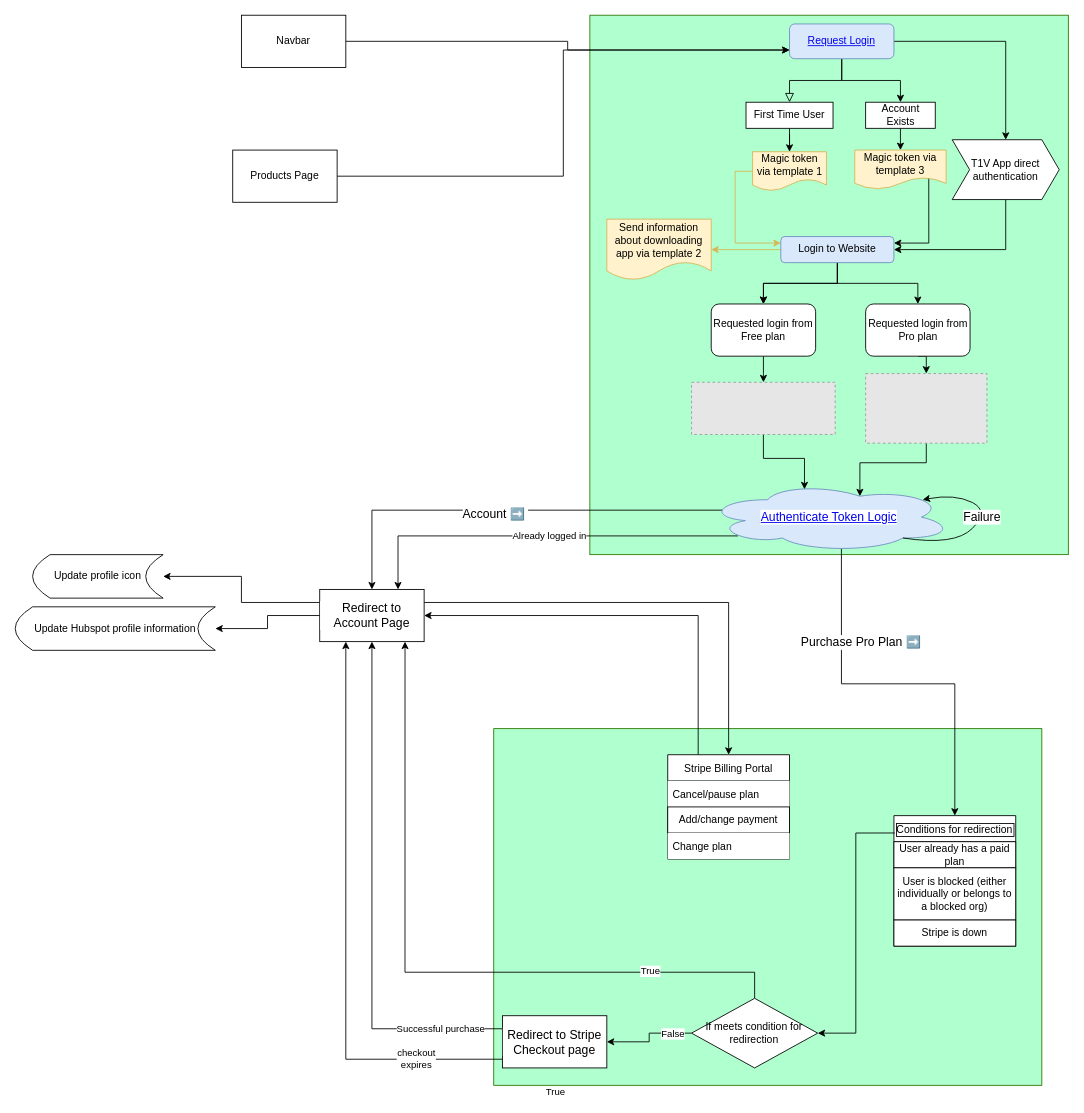
This is page "Login Flow" (1 of 3) of Untitled Diagram.drawio from pbt1v/flowcharts, a draw.io file, before an edit. Source tidied: cells renumbered, new cells numbered last; positions are measured from the earlier drawing's top-left corner, leaving out a move shared by most shapes. Both pictures are drawn from the tidied source at 87%, with x=0, y=0 at pixel (15, 15). Pictures stored in the file or linked from it are replaced by grey dashed boxes.
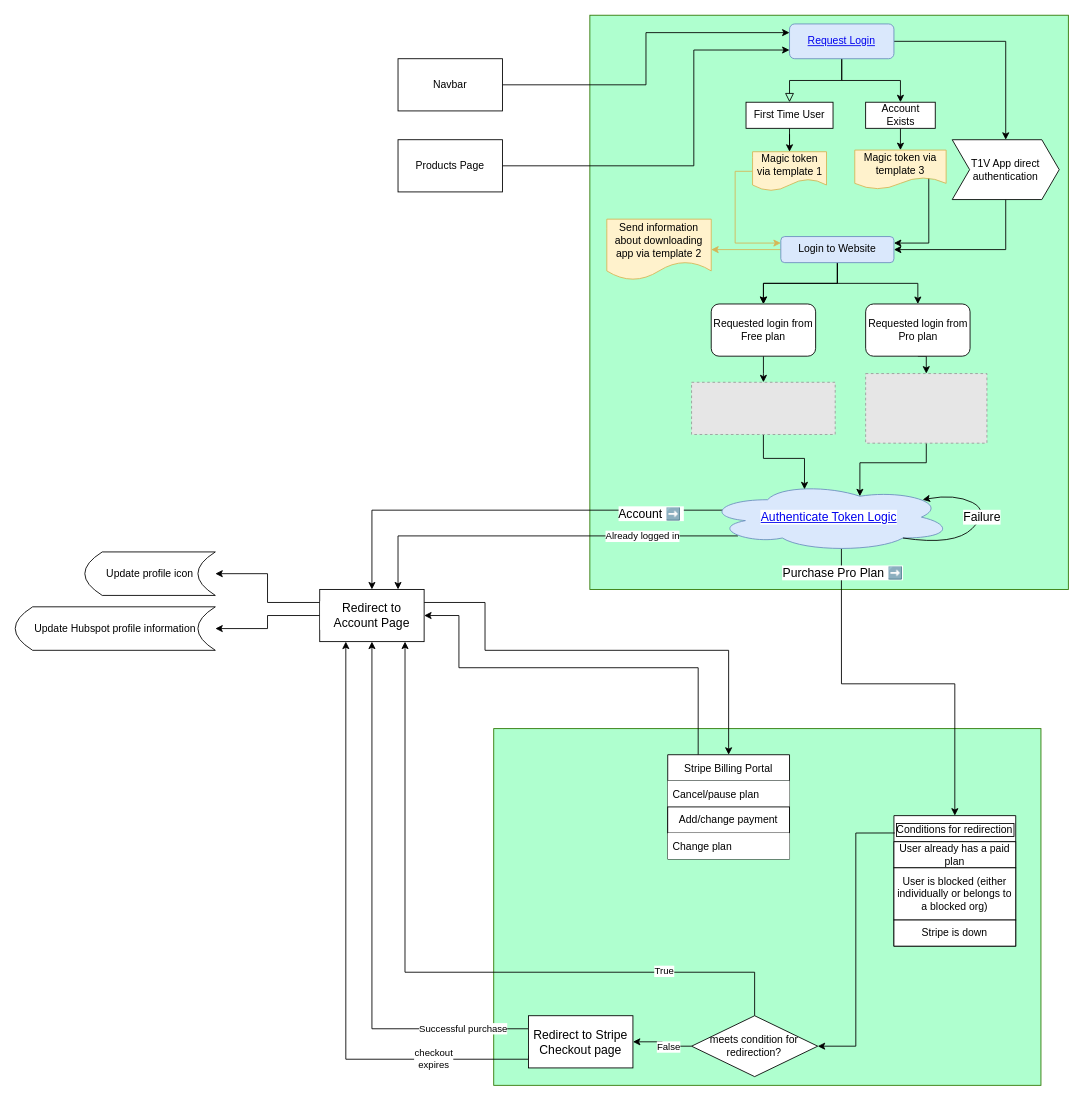
The same page after the edit.

The change refers to these unchanged cells:
```xml
<mxCell id="7" value="&lt;a href=&quot;data:page/id,41-cwJReHn9E8La9h7f7&quot;&gt;Request Login&lt;/a&gt;" style="rounded=1;whiteSpace=wrap;html=1;fontSize=12;glass=0;strokeWidth=1;shadow=0;fillColor=#dae8fc;strokeColor=#6c8ebf;" parent="1" vertex="1">
  <mxGeometry x="890" y="10" width="120" height="40" as="geometry" />
</mxCell>
<mxCell id="28" style="edgeStyle=orthogonalEdgeStyle;rounded=0;jettySize=auto;html=1;fontSize=14;fontColor=#000000;exitX=0.07;exitY=0.4;exitDx=0;exitDy=0;exitPerimeter=0;" parent="1" edge="1" source="34" target="47">
  <mxGeometry relative="1" as="geometry" />
</mxCell>
<mxCell id="30" style="edgeStyle=orthogonalEdgeStyle;rounded=0;jettySize=auto;html=1;exitX=0.13;exitY=0.77;exitDx=0;exitDy=0;exitPerimeter=0;entryX=0.75;entryY=0;entryDx=0;entryDy=0;" parent="1" edge="1" source="34" target="47">
  <mxGeometry relative="1" as="geometry">
    <Array as="points">
      <mxPoint x="440" y="599" />
    </Array>
  </mxGeometry>
</mxCell>
<mxCell id="32" style="edgeStyle=orthogonalEdgeStyle;rounded=0;jettySize=auto;html=1;exitX=0.55;exitY=0.95;exitDx=0;exitDy=0;exitPerimeter=0;entryX=0.5;entryY=0;entryDx=0;entryDy=0;" parent="1" edge="1" source="34" target="56">
  <mxGeometry relative="1" as="geometry" />
</mxCell>
<mxCell id="47" value="Redirect to Account Page" style="whiteSpace=wrap;html=1;fontSize=14;fontColor=#000000;labelBackgroundColor=#FFFFFF;" parent="1" vertex="1">
  <mxGeometry x="350" y="660" width="120" height="60" as="geometry" />
</mxCell>
<mxCell id="60" style="edgeStyle=orthogonalEdgeStyle;rounded=0;jettySize=auto;html=1;exitX=0.5;exitY=0;exitDx=0;exitDy=0;entryX=0.817;entryY=1;entryDx=0;entryDy=0;entryPerimeter=0;" parent="1" edge="1" source="65" target="47">
  <mxGeometry relative="1" as="geometry">
    <Array as="points">
      <mxPoint x="850" y="1100" />
      <mxPoint x="448" y="1100" />
    </Array>
  </mxGeometry>
</mxCell>
<mxCell id="63" style="edgeStyle=orthogonalEdgeStyle;rounded=0;jettySize=auto;html=1;exitX=0;exitY=0.5;exitDx=0;exitDy=0;entryX=1;entryY=0.5;entryDx=0;entryDy=0;" parent="1" edge="1" source="65" target="51">
  <mxGeometry relative="1" as="geometry" />
</mxCell>
<mxCell id="70" value="Stripe Billing Portal" style="swimlane;fontStyle=0;horizontal=1;startSize=30;labelBorderColor=none;strokeColor=default;strokeWidth=1;fillColor=default;" parent="1" vertex="1">
  <mxGeometry x="750" y="850" width="140" height="120" as="geometry" />
</mxCell>
```

The edit, as a diff of the source:
```diff
@@
     <mxCell id="2" style="rounded=0;whiteSpace=wrap;html=1;fillColor=#00FF6650;strokeColor=#2D7600;fontColor=#ffffff;" parent="1" vertex="1">
-      <mxGeometry x="550" y="820" width="630" height="410" as="geometry" />
+      <mxGeometry x="550" y="820" width="629" height="410" as="geometry" />
     </mxCell>
     <mxCell id="3" style="rounded=0;whiteSpace=wrap;html=1;fillColor=#00FF6650;strokeColor=#2D7600;fontColor=#ffffff;" parent="1" vertex="1">
-      <mxGeometry x="660.5" width="550" height="620" as="geometry" />
+      <mxGeometry x="660.5" width="550" height="660" as="geometry" />
     </mxCell>
@@
     <mxCell id="29" value="Account ➡️&amp;nbsp;" style="edgeLabel;html=1;align=center;verticalAlign=middle;fontSize=14;fontColor=#000000;" parent="28" vertex="1">
       <mxGeometry x="0.66" y="3" relative="1" as="geometry">
-        <mxPoint x="138" y="-4" as="offset" />
+        <mxPoint x="317" y="-4" as="offset" />
       </mxGeometry>
     </mxCell>
@@
     <mxCell id="31" value="Already logged in" style="edgeLabel;html=1;align=center;verticalAlign=middle;" parent="30" vertex="1">
       <mxGeometry x="-0.39" y="-1" relative="1" as="geometry">
-        <mxPoint x="-79" y="1" as="offset" />
+        <mxPoint x="28" y="1" as="offset" />
       </mxGeometry>
     </mxCell>
@@
     <mxCell id="33" value="&lt;span style=&quot;font-size: 14px&quot;&gt;Purchase Pro Plan ➡️&lt;/span&gt;" style="edgeLabel;html=1;align=center;verticalAlign=middle;" parent="32" vertex="1">
       <mxGeometry x="0.16" y="2" relative="1" as="geometry">
-        <mxPoint x="-77" y="-46" as="offset" />
+        <mxPoint x="-98" y="-126" as="offset" />
       </mxGeometry>
     </mxCell>
@@
     <mxCell id="45" style="edgeStyle=orthogonalEdgeStyle;rounded=0;jettySize=auto;html=1;exitX=0;exitY=0.25;exitDx=0;exitDy=0;entryX=1;entryY=0.5;entryDx=0;entryDy=0;" parent="1" edge="1" source="47" target="68">
-      <mxGeometry relative="1" as="geometry" />
+      <mxGeometry relative="1" as="geometry">
+        <Array as="points">
+          <mxPoint x="290" y="675" />
+          <mxPoint x="290" y="642" />
+        </Array>
+      </mxGeometry>
     </mxCell>
     <mxCell id="46" style="edgeStyle=orthogonalEdgeStyle;rounded=0;jettySize=auto;html=1;exitX=1;exitY=0.25;exitDx=0;exitDy=0;entryX=0.5;entryY=0;entryDx=0;entryDy=0;" parent="1" edge="1" source="47" target="70">
-      <mxGeometry relative="1" as="geometry" />
+      <mxGeometry relative="1" as="geometry">
+        <Array as="points">
+          <mxPoint x="540" y="675" />
+          <mxPoint x="540" y="730" />
+          <mxPoint x="820" y="730" />
+        </Array>
+      </mxGeometry>
     </mxCell>
@@
-    <mxCell id="49" style="edgeStyle=orthogonalEdgeStyle;rounded=0;jettySize=auto;html=1;entryX=0.25;entryY=1;entryDx=0;entryDy=0;" parent="1" edge="1" target="47">
+    <mxCell id="49" style="edgeStyle=orthogonalEdgeStyle;rounded=0;jettySize=auto;html=1;entryX=0.25;entryY=1;entryDx=0;entryDy=0;exitX=0;exitY=0.75;exitDx=0;exitDy=0;" parent="1" edge="1" source="51" target="47">
       <mxGeometry relative="1" as="geometry">
-        <mxPoint x="560" y="1200" as="sourcePoint" />
         <Array as="points">
+          <mxPoint x="590" y="1200" />
           <mxPoint x="380" y="1200" />
         </Array>
       </mxGeometry>
     </mxCell>
     <mxCell id="50" value="checkout&lt;br&gt;expires" style="edgeLabel;html=1;align=center;verticalAlign=middle;" parent="49" vertex="1">
       <mxGeometry x="0.18" y="1" relative="1" as="geometry">
-        <mxPoint x="81" y="208" as="offset" />
+        <mxPoint x="101" y="194" as="offset" />
       </mxGeometry>
     </mxCell>
     <mxCell id="51" value="Redirect to Stripe Checkout page" style="whiteSpace=wrap;html=1;fontSize=14;fontColor=#000000;labelBackgroundColor=#FFFFFF;" parent="1" vertex="1">
-      <mxGeometry x="560" y="1150" width="120" height="60" as="geometry" />
+      <mxGeometry x="590" y="1150" width="120" height="60" as="geometry" />
     </mxCell>
     <mxCell id="52" style="edgeStyle=orthogonalEdgeStyle;rounded=0;jettySize=auto;html=1;exitX=1;exitY=0.5;exitDx=0;exitDy=0;entryX=0;entryY=0.75;entryDx=0;entryDy=0;" parent="1" edge="1" source="53" target="7">
-      <mxGeometry relative="1" as="geometry" />
+      <mxGeometry relative="1" as="geometry">
+        <Array as="points">
+          <mxPoint x="780" y="173" />
+          <mxPoint x="780" y="40" />
+        </Array>
+      </mxGeometry>
     </mxCell>
     <mxCell id="53" value="Products Page" style="rounded=0;whiteSpace=wrap;html=1;" parent="1" vertex="1">
-      <mxGeometry x="250" y="155" width="120" height="60" as="geometry" />
+      <mxGeometry x="440" y="143.1" width="120" height="60" as="geometry" />
     </mxCell>
-    <mxCell id="54" style="edgeStyle=orthogonalEdgeStyle;rounded=0;jettySize=auto;html=1;exitX=1;exitY=0.5;exitDx=0;exitDy=0;entryX=0;entryY=0.75;entryDx=0;entryDy=0;" parent="1" edge="1" source="55" target="7">
+    <mxCell id="54" style="edgeStyle=orthogonalEdgeStyle;rounded=0;jettySize=auto;html=1;exitX=1;exitY=0.5;exitDx=0;exitDy=0;entryX=0;entryY=0.25;entryDx=0;entryDy=0;" parent="1" edge="1" source="55" target="7">
       <mxGeometry relative="1" as="geometry" />
     </mxCell>
     <mxCell id="55" value="Navbar" style="rounded=0;whiteSpace=wrap;html=1;" parent="1" vertex="1">
-      <mxGeometry x="260" width="120" height="60" as="geometry" />
+      <mxGeometry x="440" y="50" width="120" height="60" as="geometry" />
     </mxCell>
@@
-    <mxCell id="61" value="True" style="edgeLabel;html=1;align=center;verticalAlign=middle;" parent="60" vertex="1">
-      <mxGeometry x="-0.23" y="4" relative="1" as="geometry">
-        <mxPoint x="54" y="133" as="offset" />
-      </mxGeometry>
-    </mxCell>
@@
     <mxCell id="64" value="False" style="edgeLabel;html=1;align=center;verticalAlign=middle;" parent="63" vertex="1">
       <mxGeometry x="-0.24" y="-4" relative="1" as="geometry">
-        <mxPoint x="19" y="4" as="offset" />
+        <mxPoint x="1" y="4" as="offset" />
       </mxGeometry>
     </mxCell>
-    <mxCell id="65" value="&lt;span&gt;If meets condition for redirection&lt;/span&gt;" style="rhombus;whiteSpace=wrap;html=1;fontFamily=Helvetica;fontSize=12;fontColor=rgb(0, 0, 0);align=center;strokeColor=rgb(0, 0, 0);strokeWidth=1;fillColor=rgb(255, 255, 255);" parent="1" vertex="1">
-      <mxGeometry x="777.4" y="1130" width="145" height="80" as="geometry" />
+    <mxCell id="65" value="&lt;span&gt;meets condition for redirection?&lt;/span&gt;" style="rhombus;whiteSpace=wrap;html=1;fontFamily=Helvetica;fontSize=12;fontColor=rgb(0, 0, 0);align=center;strokeColor=rgb(0, 0, 0);strokeWidth=1;fillColor=rgb(255, 255, 255);" parent="1" vertex="1">
+      <mxGeometry x="777.4" y="1150" width="145" height="70" as="geometry" />
     </mxCell>
@@
     <mxCell id="68" value="Update profile icon" style="shape=dataStorage;whiteSpace=wrap;html=1;fixedSize=1;labelBorderColor=none;strokeColor=default;strokeWidth=1;fillColor=default;" parent="1" vertex="1">
-      <mxGeometry x="20" y="620" width="150" height="50" as="geometry" />
+      <mxGeometry x="80" y="616.9" width="150" height="50" as="geometry" />
     </mxCell>
     <mxCell id="69" style="edgeStyle=orthogonalEdgeStyle;rounded=0;jettySize=auto;html=1;entryX=1;entryY=0.5;entryDx=0;entryDy=0;exitX=0.25;exitY=0;exitDx=0;exitDy=0;" parent="1" edge="1" source="70" target="47">
       <mxGeometry relative="1" as="geometry">
         <Array as="points">
-          <mxPoint x="785" y="690" />
+          <mxPoint x="785" y="750" />
+          <mxPoint x="510" y="750" />
+          <mxPoint x="510" y="690" />
         </Array>
       </mxGeometry>
     </mxCell>
```
